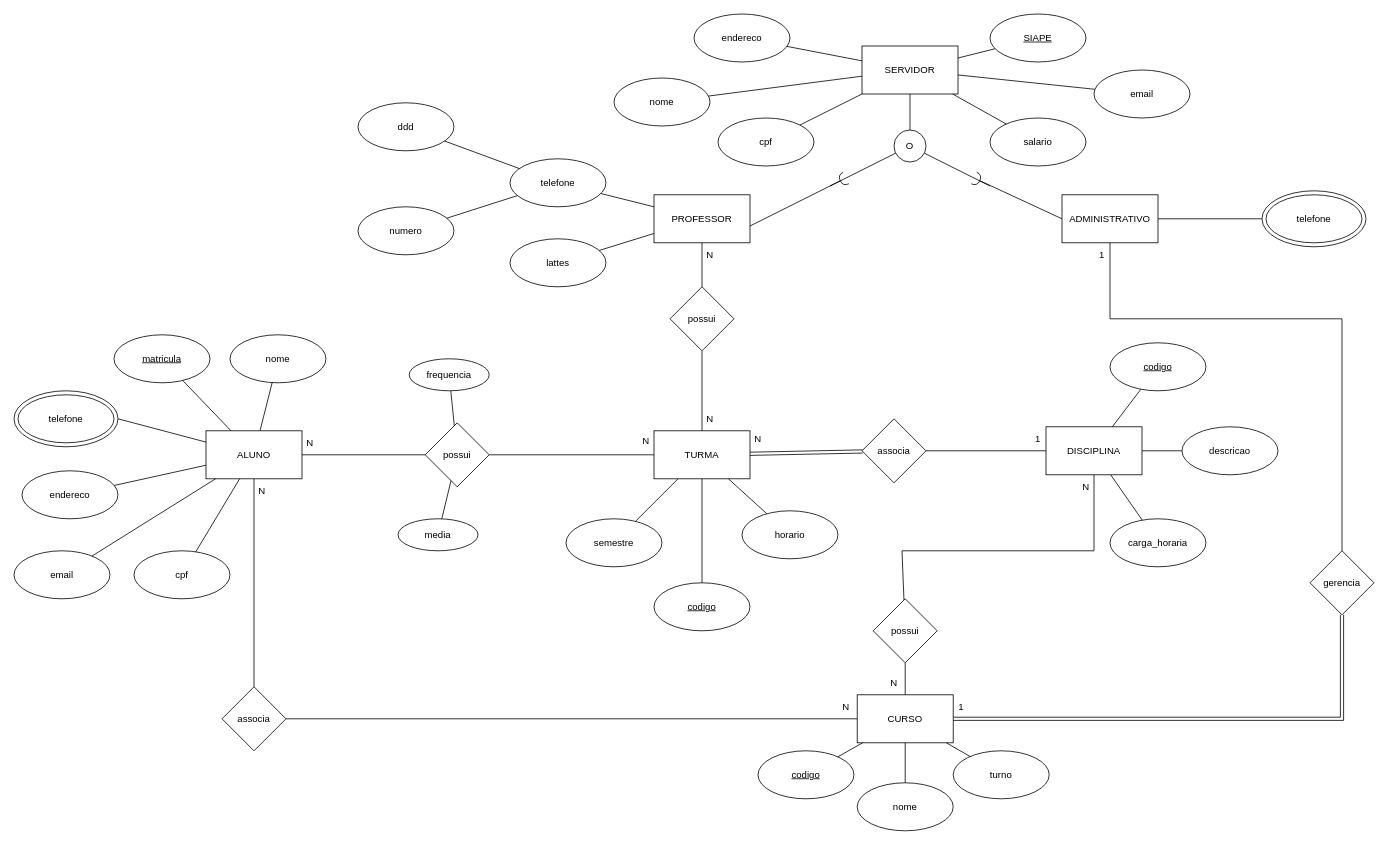
Konitch/Diagram keeps this draw.io diagram as LEOBDATV3-1.drawio. Above is the earlier version. Source tidied: cells renumbered, new cells numbered last; positions are measured from the earlier drawing's top-left corner, leaving out a move shared by most shapes. Both pictures are drawn from the tidied source at 80%, with x=0, y=0 at pixel (14, 14).
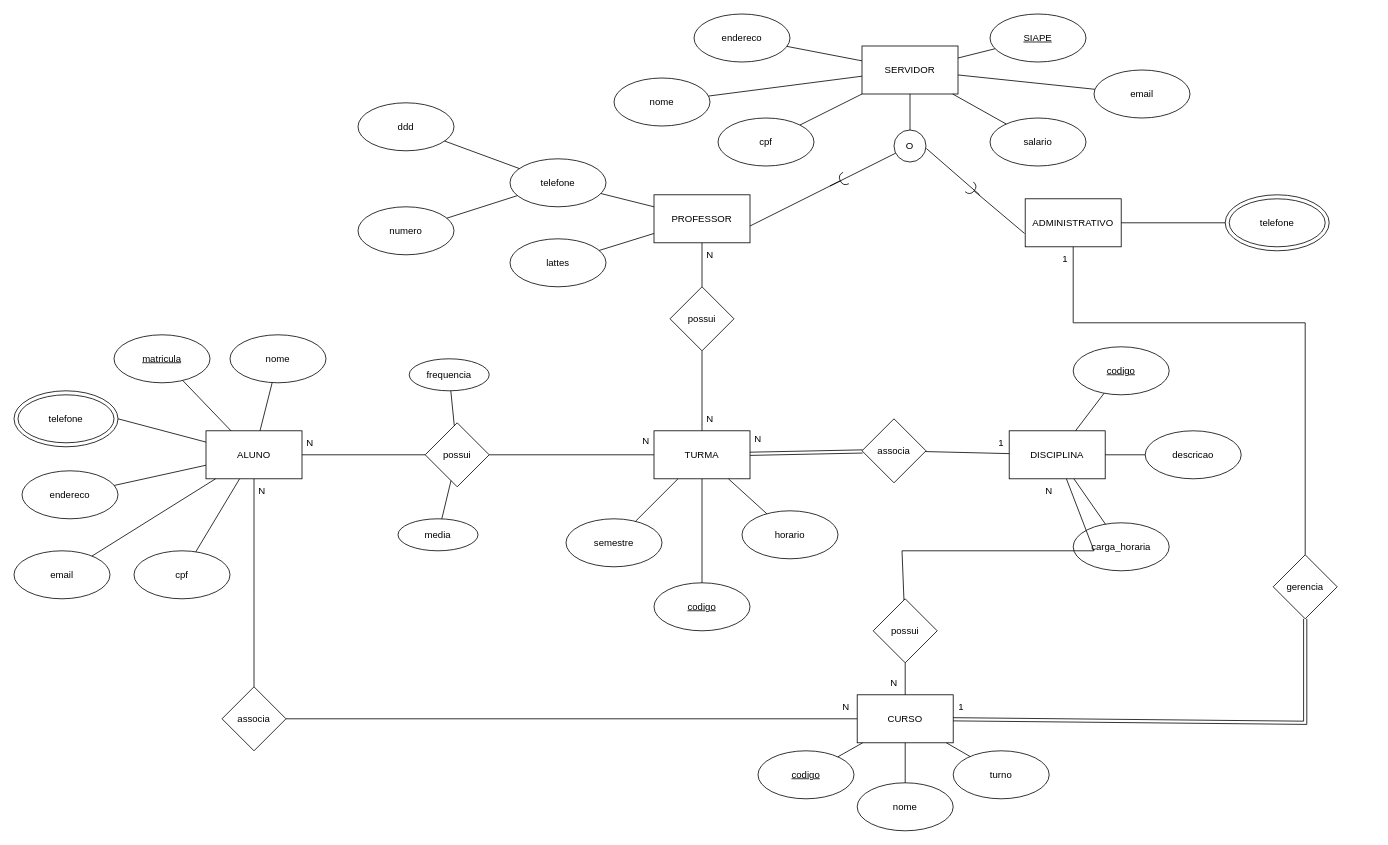
Above is the later version.

The change refers to these unchanged cells:
```xml
<mxCell id="8" value="CURSO" style="rounded=0;whiteSpace=wrap;html=1;" parent="1" vertex="1">
  <mxGeometry x="1054" y="851" width="120" height="60" as="geometry" />
</mxCell>
<mxCell id="45" value="O" style="ellipse;whiteSpace=wrap;html=1;" parent="1" vertex="1">
  <mxGeometry x="1100" y="145" width="40" height="40" as="geometry" />
</mxCell>
```

Change to the diagram source:
```diff
@@
     <mxCell id="4" value="DISCIPLINA" style="rounded=0;whiteSpace=wrap;html=1;" parent="1" vertex="1">
-      <mxGeometry x="1290" y="516" width="120" height="60" as="geometry" />
+      <mxGeometry x="1244" y="521" width="120" height="60" as="geometry" />
     </mxCell>
@@
     <mxCell id="6" value="ADMINISTRATIVO" style="rounded=0;whiteSpace=wrap;html=1;" parent="1" vertex="1">
-      <mxGeometry x="1310" y="226" width="120" height="60" as="geometry" />
+      <mxGeometry x="1264" y="231" width="120" height="60" as="geometry" />
     </mxCell>
@@
     <mxCell id="34" style="ellipse;whiteSpace=wrap;html=1;" parent="1" vertex="1">
-      <mxGeometry x="1560" y="221" width="130" height="70" as="geometry" />
+      <mxGeometry x="1514" y="226" width="130" height="70" as="geometry" />
     </mxCell>
     <mxCell id="35" value="telefone" style="ellipse;whiteSpace=wrap;html=1;" parent="1" vertex="1">
-      <mxGeometry x="1565" y="226" width="120" height="60" as="geometry" />
+      <mxGeometry x="1519" y="231" width="120" height="60" as="geometry" />
     </mxCell>
@@
-    <mxCell id="48" style="endArrow=halfCircle;html=1;rounded=0;endFill=0;exitX=0;exitY=0.5;exitDx=0;exitDy=0;" parent="1" edge="1" source="6">
+    <mxCell id="48" style="endArrow=halfCircle;html=1;rounded=0;endFill=0;exitX=-0.007;exitY=0.721;exitDx=0;exitDy=0;exitPerimeter=0;" parent="1" edge="1" source="6">
       <mxGeometry relative="1" as="geometry">
-        <mxPoint x="1200" y="205" as="targetPoint" />
+        <mxPoint x="1194" y="216" as="targetPoint" />
       </mxGeometry>
     </mxCell>
@@
-    <mxCell id="50" style="endArrow=none;html=1;rounded=0;endFill=0;" parent="1" edge="1" target="45">
+    <mxCell id="50" style="endArrow=none;html=1;rounded=0;endFill=0;entryX=1.01;entryY=0.577;entryDx=0;entryDy=0;entryPerimeter=0;" parent="1" edge="1" target="45">
       <mxGeometry relative="1" as="geometry">
-        <mxPoint x="1220" y="215" as="sourcePoint" />
+        <mxPoint x="1207" y="226" as="sourcePoint" />
       </mxGeometry>
     </mxCell>
     <mxCell id="51" value="&lt;u&gt;codigo&lt;/u&gt;" style="ellipse;whiteSpace=wrap;html=1;" parent="1" vertex="1">
-      <mxGeometry x="1370" y="411" width="120" height="60" as="geometry" />
+      <mxGeometry x="1324" y="416" width="120" height="60" as="geometry" />
     </mxCell>
     <mxCell id="52" value="descricao" style="ellipse;whiteSpace=wrap;html=1;" parent="1" vertex="1">
-      <mxGeometry x="1460" y="516" width="120" height="60" as="geometry" />
+      <mxGeometry x="1414" y="521" width="120" height="60" as="geometry" />
     </mxCell>
     <mxCell id="53" value="carga_horaria" style="ellipse;whiteSpace=wrap;html=1;" parent="1" vertex="1">
-      <mxGeometry x="1370" y="631" width="120" height="60" as="geometry" />
+      <mxGeometry x="1324" y="636" width="120" height="60" as="geometry" />
     </mxCell>
@@
     <mxCell id="67" value="1" style="text;html=1;align=center;verticalAlign=middle;whiteSpace=wrap;rounded=0;" parent="1" vertex="1">
-      <mxGeometry x="1270" y="516" width="20" height="30" as="geometry" />
+      <mxGeometry x="1224" y="521" width="20" height="30" as="geometry" />
     </mxCell>
@@
     <mxCell id="97" value="N" style="text;html=1;align=center;verticalAlign=middle;whiteSpace=wrap;rounded=0;" parent="1" vertex="1">
-      <mxGeometry x="1330" y="576" width="20" height="30" as="geometry" />
+      <mxGeometry x="1284" y="581" width="20" height="30" as="geometry" />
     </mxCell>
     <mxCell id="98" value="gerencia" style="rhombus;whiteSpace=wrap;html=1;" parent="1" vertex="1">
-      <mxGeometry x="1620" y="671" width="80" height="80" as="geometry" />
+      <mxGeometry x="1574" y="676" width="80" height="80" as="geometry" />
     </mxCell>
     <mxCell id="99" style="endArrow=none;html=1;rounded=0;" parent="1" edge="1" source="6" target="98">
       <mxGeometry relative="1" as="geometry">
         <Array as="points">
-          <mxPoint x="1370" y="381" />
-          <mxPoint x="1660" y="381" />
+          <mxPoint x="1324" y="386" />
+          <mxPoint x="1614" y="386" />
         </Array>
       </mxGeometry>
     </mxCell>
     <mxCell id="100" style="endArrow=none;html=1;rounded=0;shape=link;" parent="1" edge="1" source="98" target="8">
       <mxGeometry relative="1" as="geometry">
         <Array as="points">
-          <mxPoint x="1660" y="881" />
+          <mxPoint x="1614" y="886" />
         </Array>
       </mxGeometry>
     </mxCell>
@@
     <mxCell id="102" value="1" style="text;html=1;align=center;verticalAlign=middle;whiteSpace=wrap;rounded=0;" parent="1" vertex="1">
-      <mxGeometry x="1350" y="286" width="20" height="30" as="geometry" />
+      <mxGeometry x="1304" y="291" width="20" height="30" as="geometry" />
     </mxCell>
```
